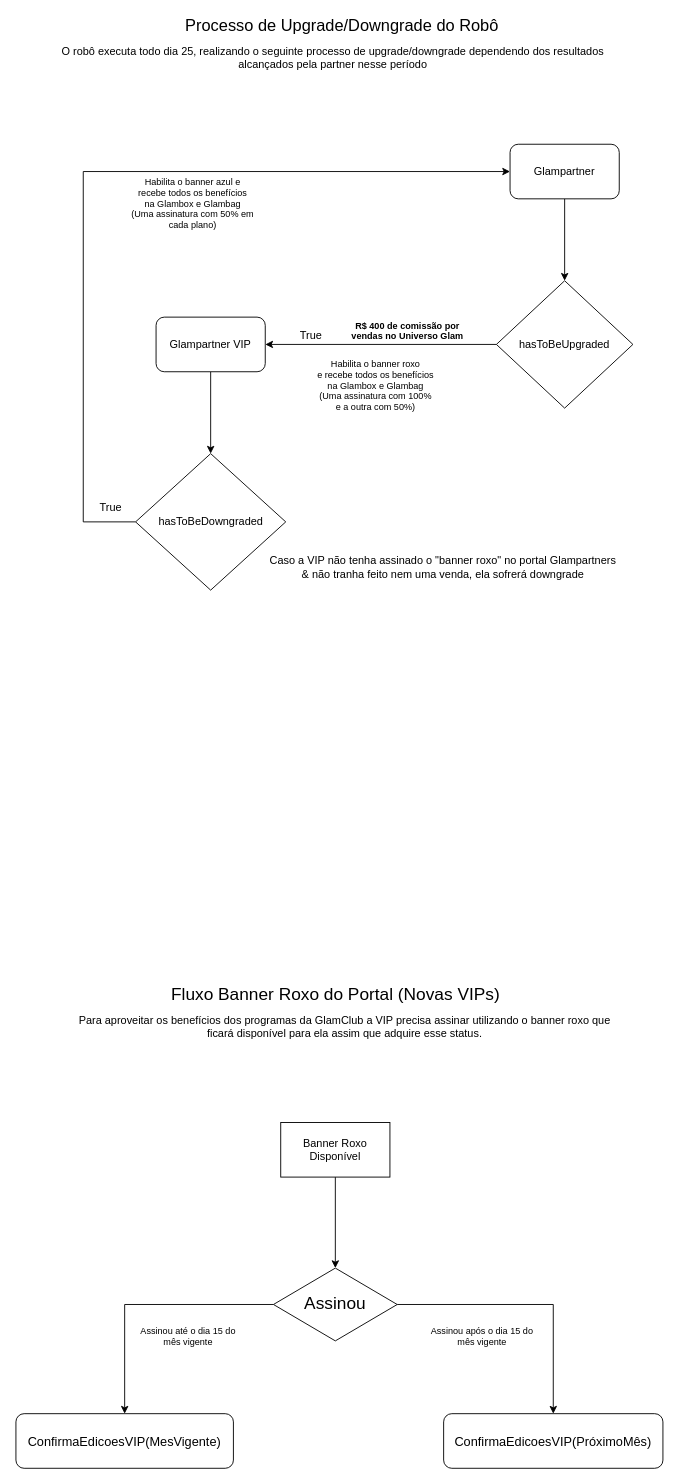
Above: diagramas/Untitled Diagram.drawio in jonhsousadev/diagrams (draw.io), before the change. Source tidied: cells renumbered, new cells numbered last; positions are measured from the earlier drawing's top-left corner, leaving out a move shared by most shapes. Both pictures are drawn from the tidied source at 91%, with x=0, y=0 at pixel (15, 16).
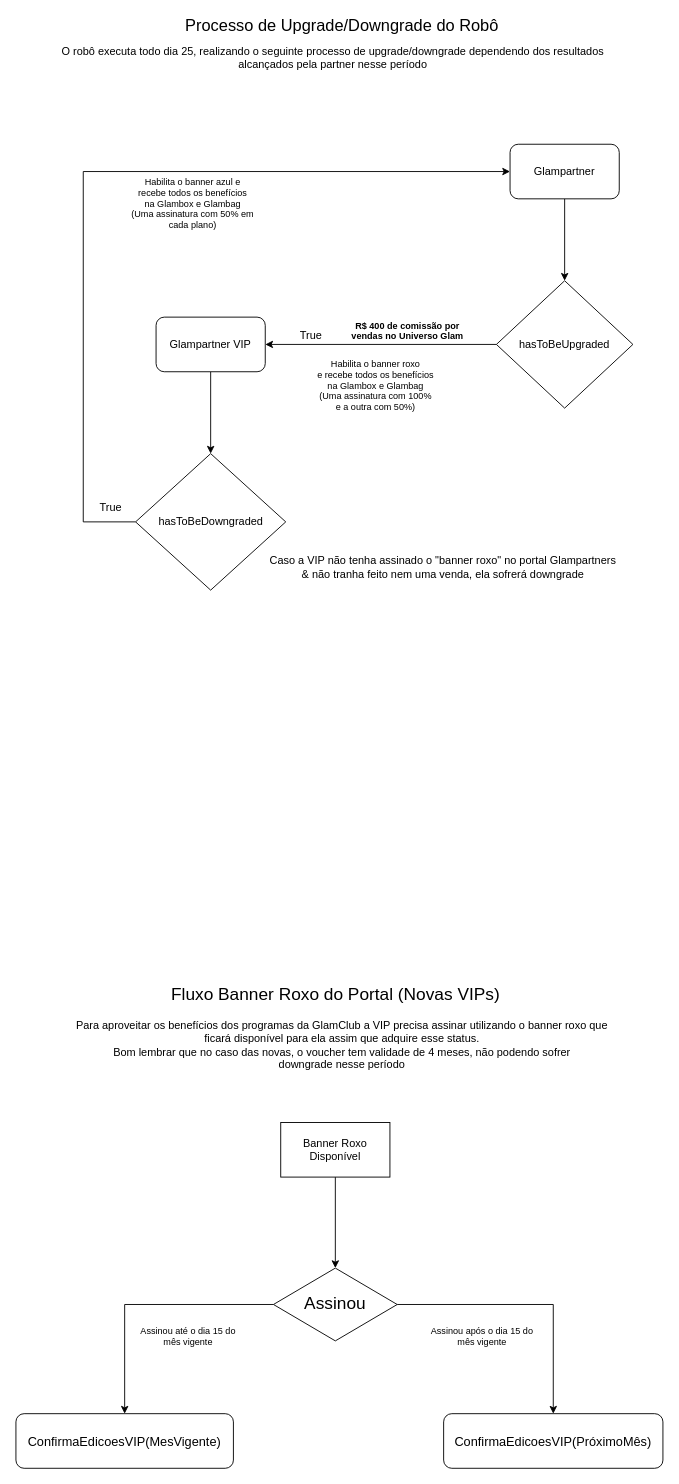
The same page after the edit.

What changed in the source:
```diff
@@
-    <mxCell id="20" value="&lt;div&gt;Para aproveitar os benefícios dos programas da GlamClub a VIP precisa assinar utilizando o banner roxo que&lt;/div&gt;&lt;div&gt;ficará disponível para ela assim que adquire esse status.&lt;br&gt;&lt;/div&gt;" style="text;html=1;align=center;verticalAlign=middle;strokeColor=none;fillColor=none;" parent="1" vertex="1">
-      <mxGeometry x="51" y="1095" width="620" height="30" as="geometry" />
+    <mxCell id="20" value="&lt;div&gt;Para aproveitar os benefícios dos programas da GlamClub a VIP precisa assinar utilizando o banner roxo que&lt;/div&gt;&lt;div&gt;ficará disponível para ela assim que adquire esse status.&lt;/div&gt;&lt;div&gt;Bom lembrar que no caso das novas, o voucher tem validade de 4 meses, não podendo sofrer &lt;br&gt;&lt;/div&gt;&lt;div&gt;downgrade nesse período&lt;br&gt;&lt;/div&gt;" style="text;html=1;align=center;verticalAlign=middle;strokeColor=none;fillColor=none;" parent="1" vertex="1">
+      <mxGeometry x="48" y="1100" width="620" height="60" as="geometry" />
     </mxCell>
```
